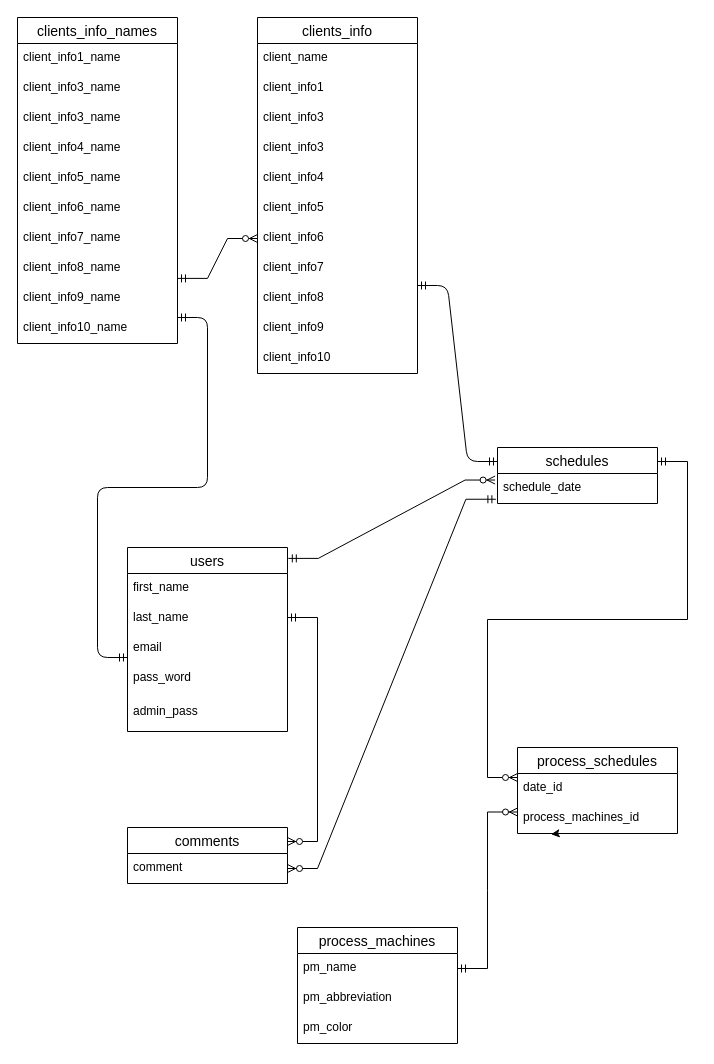
The draw.io diagram ER.drawio in hanyuta/procon, before the edit. Source tidied: cells renumbered, new cells numbered last; positions are measured from the earlier drawing's top-left corner, leaving out a move shared by most shapes. Both pictures are drawn from the tidied source at 100%, with x=0, y=0 at pixel (17, 17).
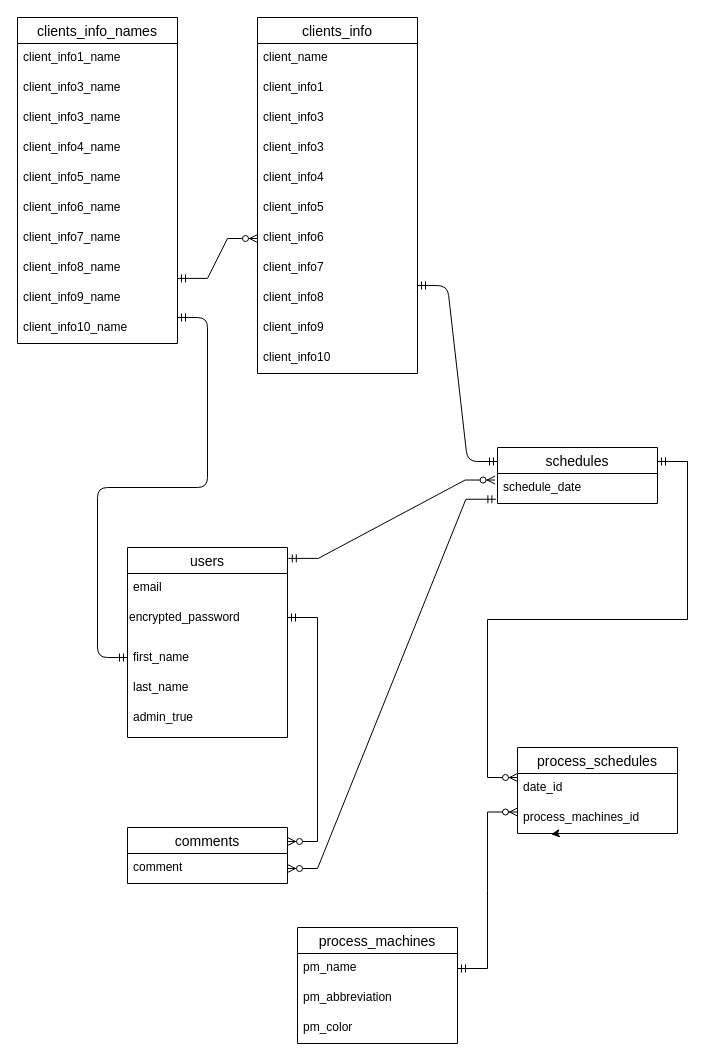
After the change.

Change to the diagram source:
```diff
@@
     <mxCell id="11" value="users" style="swimlane;fontStyle=0;horizontal=1;startSize=26;align=center;fontSize=14;" parent="1" vertex="1">
-      <mxGeometry x="110" y="530" width="160" height="184" as="geometry" />
+      <mxGeometry x="110" y="530" width="160" height="190" as="geometry" />
     </mxCell>
+    <mxCell id="14" value="email" style="text;strokeColor=none;fillColor=none;spacingLeft=4;spacingRight=4;overflow=hidden;fontSize=12;" parent="11" vertex="1">
+      <mxGeometry y="26" width="160" height="30" as="geometry" />
+    </mxCell>
+    <mxCell id="51" value="encrypted_password" style="text;whiteSpace=wrap;html=1;" parent="11" vertex="1">
+      <mxGeometry y="56" width="160" height="40" as="geometry" />
+    </mxCell>
     <mxCell id="12" value="first_name" style="text;strokeColor=none;fillColor=none;spacingLeft=4;spacingRight=4;overflow=hidden;fontSize=12;" parent="11" vertex="1">
-      <mxGeometry y="26" width="160" height="30" as="geometry" />
+      <mxGeometry y="96" width="160" height="30" as="geometry" />
     </mxCell>
     <mxCell id="13" value="last_name" style="text;strokeColor=none;fillColor=none;spacingLeft=4;spacingRight=4;overflow=hidden;fontSize=12;" parent="11" vertex="1">
-      <mxGeometry y="56" width="160" height="30" as="geometry" />
+      <mxGeometry y="126" width="160" height="30" as="geometry" />
     </mxCell>
-    <mxCell id="14" value="email" style="text;strokeColor=none;fillColor=none;spacingLeft=4;spacingRight=4;overflow=hidden;fontSize=12;" parent="11" vertex="1">
-      <mxGeometry y="86" width="160" height="30" as="geometry" />
-    </mxCell>
-    <mxCell id="15" value="pass_word" style="text;strokeColor=none;fillColor=none;spacingLeft=4;spacingRight=4;overflow=hidden;fontSize=12;" parent="11" vertex="1">
-      <mxGeometry y="116" width="160" height="34" as="geometry" />
-    </mxCell>
-    <mxCell id="16" value="admin_pass" style="text;strokeColor=none;fillColor=none;spacingLeft=4;spacingRight=4;overflow=hidden;fontSize=12;" parent="11" vertex="1">
-      <mxGeometry y="150" width="160" height="34" as="geometry" />
+    <mxCell id="16" value="admin_true" style="text;strokeColor=none;fillColor=none;spacingLeft=4;spacingRight=4;overflow=hidden;fontSize=12;" parent="11" vertex="1">
+      <mxGeometry y="156" width="160" height="34" as="geometry" />
     </mxCell>
```
